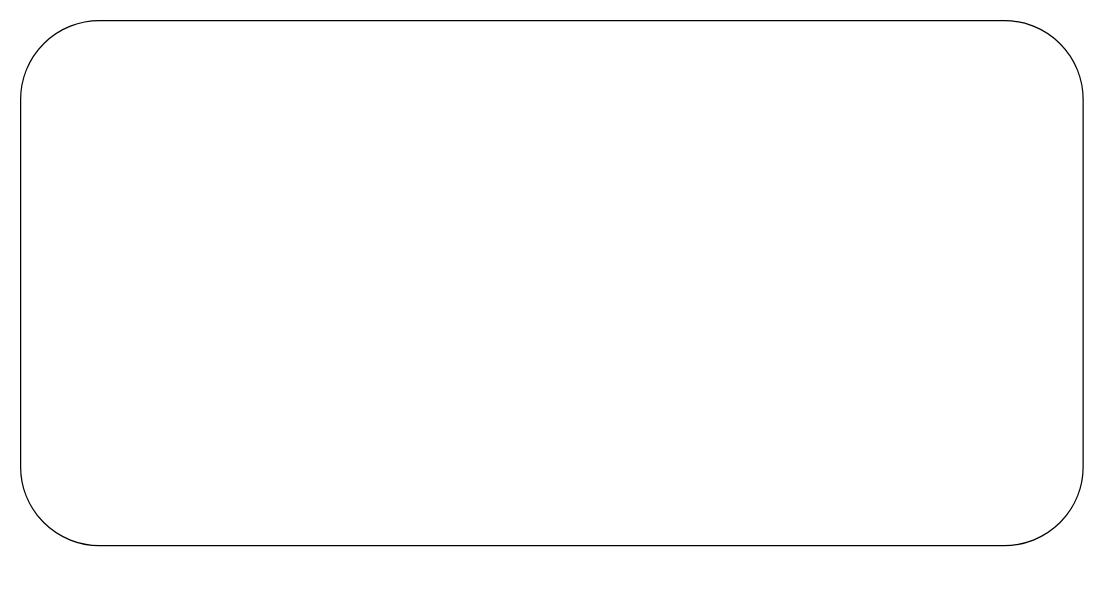
This is DRBG_PBoard.drawio from eldritch-bender/DRBG, a draw.io file, before an edit. Source tidied: cells renumbered, new cells numbered last; positions are measured from the earlier drawing's top-left corner, leaving out a move shared by most shapes. Both pictures are drawn from the tidied source at 125%, with x=0, y=0 at pixel (20, 20).
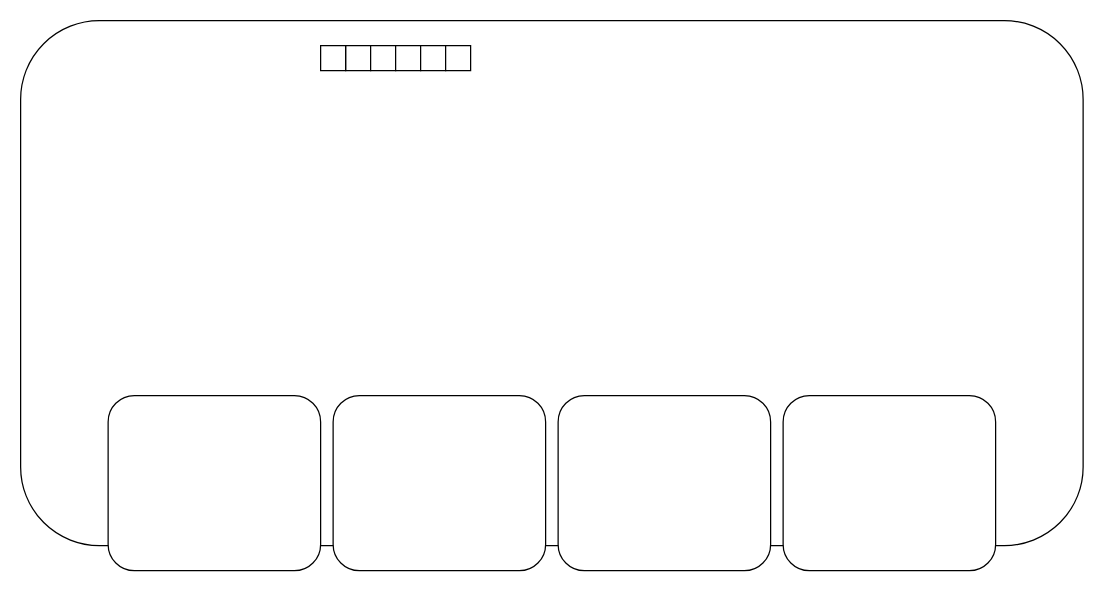
After the change.

Change to the diagram source:
```diff
@@
 <mxGraphModel>
   <root>
     <mxCell id="0" />
     <mxCell id="1" parent="0" />
     <mxCell id="2" style="rounded=1;whiteSpace=wrap;html=1;" parent="1" vertex="1">
       <mxGeometry width="850" height="420" as="geometry" />
     </mxCell>
+    <mxCell id="3" style="rounded=1;whiteSpace=wrap;html=1;" parent="1" vertex="1">
+      <mxGeometry x="70" y="300" width="170" height="140" as="geometry" />
+    </mxCell>
+    <mxCell id="4" style="rounded=1;whiteSpace=wrap;html=1;" parent="1" vertex="1">
+      <mxGeometry x="250" y="300" width="170" height="140" as="geometry" />
+    </mxCell>
+    <mxCell id="5" style="rounded=1;whiteSpace=wrap;html=1;" parent="1" vertex="1">
+      <mxGeometry x="430" y="300" width="170" height="140" as="geometry" />
+    </mxCell>
+    <mxCell id="6" style="rounded=1;whiteSpace=wrap;html=1;" parent="1" vertex="1">
+      <mxGeometry x="610" y="300" width="170" height="140" as="geometry" />
+    </mxCell>
+    <mxCell id="7" style="rounded=0;whiteSpace=wrap;html=1;" parent="1" vertex="1">
+      <mxGeometry x="260" y="20" width="20" height="20" as="geometry" />
+    </mxCell>
+    <mxCell id="8" style="rounded=0;whiteSpace=wrap;html=1;" parent="1" vertex="1">
+      <mxGeometry x="280" y="20" width="20" height="20" as="geometry" />
+    </mxCell>
+    <mxCell id="9" style="rounded=0;whiteSpace=wrap;html=1;" parent="1" vertex="1">
+      <mxGeometry x="300" y="20" width="20" height="20" as="geometry" />
+    </mxCell>
+    <mxCell id="10" style="rounded=0;whiteSpace=wrap;html=1;" parent="1" vertex="1">
+      <mxGeometry x="320" y="20" width="20" height="20" as="geometry" />
+    </mxCell>
+    <mxCell id="11" style="rounded=0;whiteSpace=wrap;html=1;" parent="1" vertex="1">
+      <mxGeometry x="340" y="20" width="20" height="20" as="geometry" />
+    </mxCell>
+    <mxCell id="12" style="rounded=0;whiteSpace=wrap;html=1;" parent="1" vertex="1">
+      <mxGeometry x="240" y="20" width="20" height="20" as="geometry" />
+    </mxCell>
   </root>
 </mxGraphModel>
```
